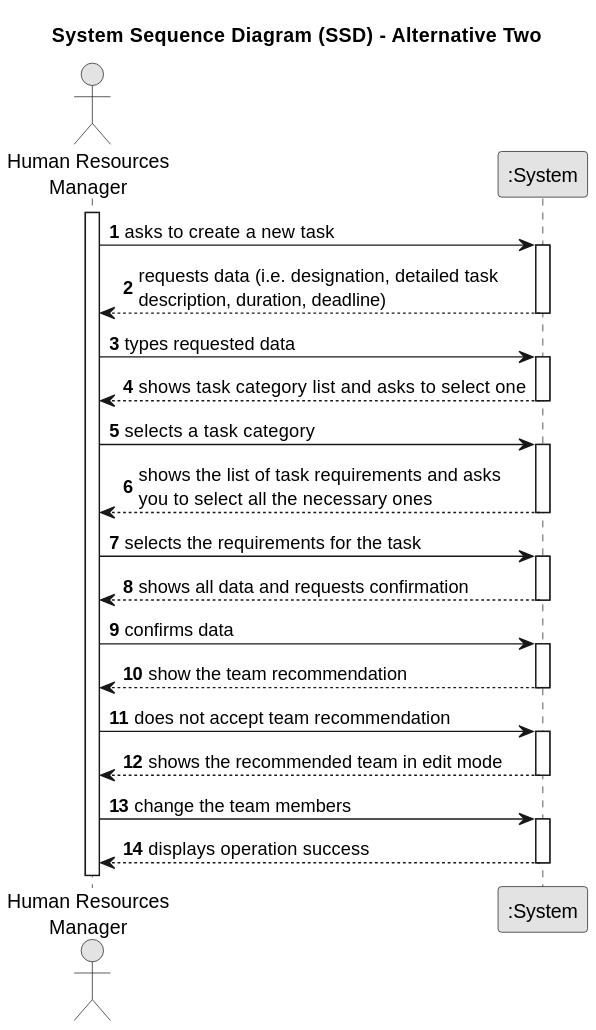
diogoveirospro/lei-24-s2-1dg-g072 keeps this PlantUML diagram as docs/sprintA/us005/01.requirements-engineering/svg/us005-system-sequence-diagram-alternative-two.svg. Above is the earlier version. Source of this version:
```plantuml
@startuml
skinparam monochrome true
skinparam packageStyle rectangle
skinparam shadowing false

title System Sequence Diagram (SSD) - Alternative Two

autonumber

actor "Human Resources\nManager" as GRH
participant ":System" as System

activate GRH

    GRH -> System : asks to create a new task
    activate System

        System --> GRH : requests data (i.e. designation, detailed task\ndescription, duration, deadline)
    deactivate System

    GRH -> System : types requested data
    activate System

        System --> GRH : shows task category list and asks to select one
    deactivate System

    GRH -> System : selects a task category
    activate System

        System --> GRH : shows the list of task requirements and asks\nyou to select all the necessary ones
    deactivate System

    GRH -> System : selects the requirements for the task
    activate System

        System --> GRH : shows all data and requests confirmation
    deactivate System

    GRH -> System : confirms data
    activate System

        System --> GRH : show the team recommendation
    deactivate System

    GRH -> System : does not accept team recommendation
    activate System

        System --> GRH : shows the recommended team in edit mode
    deactivate System

    GRH -> System : change the team members
    activate System

        System --> GRH : displays operation success
    deactivate System
@enduml
```
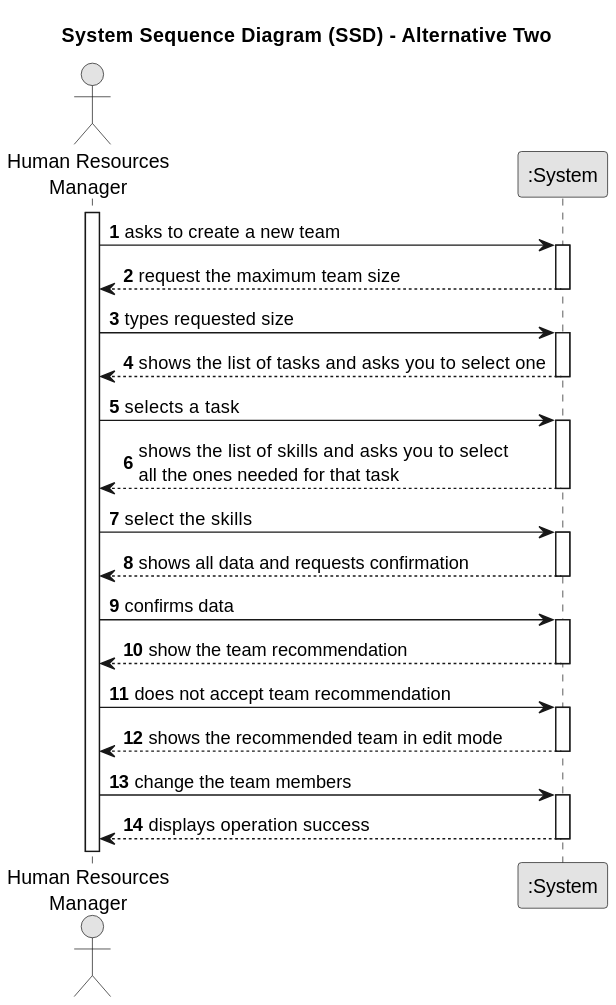
Above is the later version.

What changed in the source:
```diff
@@ -12,25 +12,25 @@
 
 activate GRH
 
-    GRH -> System : asks to create a new task
+    GRH -> System : asks to create a new team
     activate System
 
-        System --> GRH : requests data (i.e. designation, detailed task\ndescription, duration, deadline)
+        System --> GRH : request the maximum team size
     deactivate System
 
-    GRH -> System : types requested data
+    GRH -> System : types requested size
     activate System
 
-        System --> GRH : shows task category list and asks to select one
+        System --> GRH : shows the list of tasks and asks you to select one
     deactivate System
 
-    GRH -> System : selects a task category
+    GRH -> System : selects a task
     activate System
 
-        System --> GRH : shows the list of task requirements and asks\nyou to select all the necessary ones
+        System --> GRH : shows the list of skills and asks you to select\nall the ones needed for that task
     deactivate System
 
-    GRH -> System : selects the requirements for the task
+    GRH -> System : select the skills
     activate System
 
         System --> GRH : shows all data and requests confirmation
```
